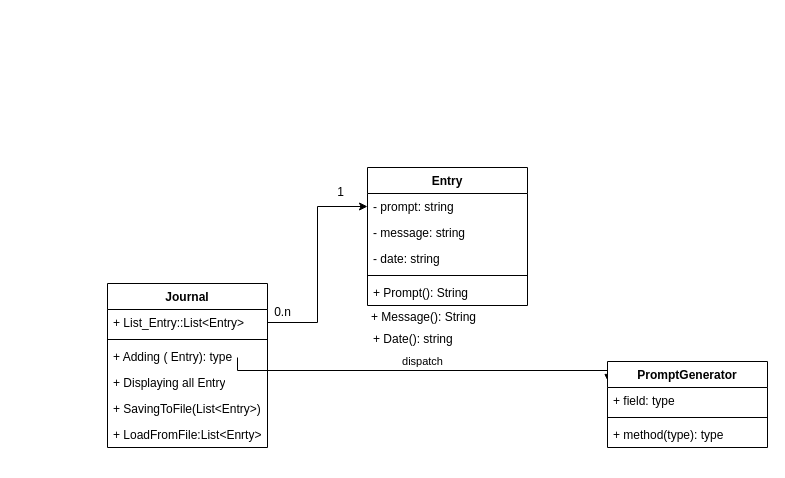
This is page "Page-2" (2 of 2) of prove/Develop04/jornal.drawio from amaurisiqueira/CSE-210, a draw.io file, before an edit. Source tidied: cells renumbered, new cells numbered last; positions are measured from the earlier drawing's top-left corner, leaving out a move shared by most shapes. Both pictures are drawn from the tidied source at 100%, with x=0, y=0 at pixel (107, 167).
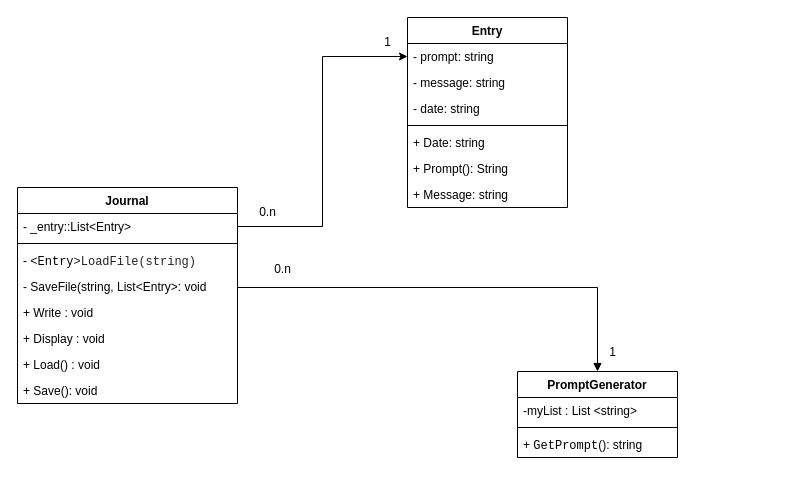
After the change.

The edit, as a diff of the source:
```diff
@@
     <mxCell id="2" value="Journal" style="swimlane;fontStyle=1;align=center;verticalAlign=top;horizontal=1;startSize=26;whiteSpace=wrap;html=1;" parent="1" vertex="1">
-      <mxGeometry y="116" width="160" height="164" as="geometry" />
+      <mxGeometry x="-90" y="20" width="220" height="216" as="geometry" />
     </mxCell>
-    <mxCell id="3" value="+ List_Entry::List&amp;lt;Entry&amp;gt;" style="text;strokeColor=none;fillColor=none;align=left;verticalAlign=top;spacingLeft=4;spacingRight=4;overflow=hidden;points=[[0,0.5],[1,0.5]];portConstraint=eastwest;whiteSpace=wrap;html=1;" parent="2" vertex="1">
-      <mxGeometry y="26" width="160" height="26" as="geometry" />
+    <mxCell id="3" value="- _entry::List&amp;lt;Entry&amp;gt;" style="text;strokeColor=none;fillColor=none;align=left;verticalAlign=top;spacingLeft=4;spacingRight=4;overflow=hidden;points=[[0,0.5],[1,0.5]];portConstraint=eastwest;whiteSpace=wrap;html=1;" parent="2" vertex="1">
+      <mxGeometry y="26" width="220" height="26" as="geometry" />
     </mxCell>
     <mxCell id="4" style="line;strokeWidth=1;fillColor=none;align=left;verticalAlign=middle;spacingTop=-1;spacingLeft=3;spacingRight=3;labelPosition=right;strokeColor=inherit;" parent="2" vertex="1">
-      <mxGeometry y="52" width="160" height="8" as="geometry" />
+      <mxGeometry y="52" width="220" height="8" as="geometry" />
     </mxCell>
+    <mxCell id="25" value="-&amp;nbsp;&lt;font face=&quot;Monospace&quot;&gt;&amp;lt;Entry&lt;span style=&quot;color:#222222;&quot;&gt;&amp;gt;L&lt;/span&gt;&lt;span style=&quot;color:#222222;&quot;&gt;oadFile(string&lt;/span&gt;&lt;span style=&quot;color:#222222;&quot;&gt;)&lt;/span&gt;&lt;/font&gt;" style="text;strokeColor=none;fillColor=none;align=left;verticalAlign=top;spacingLeft=4;spacingRight=4;overflow=hidden;whiteSpace=wrap;html=1;" parent="2" vertex="1">
+      <mxGeometry y="60" width="220" height="26" as="geometry" />
+    </mxCell>
+    <mxCell id="26" value="- SaveFile(string, List&amp;lt;Entry&amp;gt;: void" style="text;strokeColor=none;fillColor=none;align=left;verticalAlign=top;spacingLeft=4;spacingRight=4;overflow=hidden;whiteSpace=wrap;html=1;" parent="2" vertex="1">
+      <mxGeometry y="86" width="220" height="26" as="geometry" />
+    </mxCell>
-    <mxCell id="5" value="+ Adding ( Entry): type" style="text;strokeColor=none;fillColor=none;align=left;verticalAlign=top;spacingLeft=4;spacingRight=4;overflow=hidden;points=[[0,0.5],[1,0.5]];portConstraint=eastwest;whiteSpace=wrap;html=1;" parent="2" vertex="1">
-      <mxGeometry y="60" width="160" height="26" as="geometry" />
+    <mxCell id="5" value="+ Write : void" style="text;strokeColor=none;fillColor=none;align=left;verticalAlign=top;spacingLeft=4;spacingRight=4;overflow=hidden;points=[[0,0.5],[1,0.5]];portConstraint=eastwest;whiteSpace=wrap;html=1;" parent="2" vertex="1">
+      <mxGeometry y="112" width="220" height="26" as="geometry" />
     </mxCell>
-    <mxCell id="6" value="dispatch" style="html=1;verticalAlign=bottom;endArrow=block;edgeStyle=elbowEdgeStyle;elbow=vertical;curved=0;rounded=0;entryX=0.006;entryY=-0.192;entryDx=0;entryDy=0;entryPerimeter=0;" parent="2" edge="1" target="17">
-      <mxGeometry relative="1" as="geometry">
-        <mxPoint x="130" y="74" as="sourcePoint" />
-      </mxGeometry>
-    </mxCell>
-    <mxCell id="7" value="+ Displaying all Entry" style="text;strokeColor=none;fillColor=none;align=left;verticalAlign=top;spacingLeft=4;spacingRight=4;overflow=hidden;whiteSpace=wrap;html=1;" parent="2" vertex="1">
-      <mxGeometry y="86" width="160" height="26" as="geometry" />
+    <mxCell id="7" value="+ Display : void" style="text;strokeColor=none;fillColor=none;align=left;verticalAlign=top;spacingLeft=4;spacingRight=4;overflow=hidden;whiteSpace=wrap;html=1;" parent="2" vertex="1">
+      <mxGeometry y="138" width="220" height="26" as="geometry" />
     </mxCell>
-    <mxCell id="8" value="+ SavingToFile(List&amp;lt;Entry&amp;gt;)" style="text;strokeColor=none;fillColor=none;align=left;verticalAlign=top;spacingLeft=4;spacingRight=4;overflow=hidden;whiteSpace=wrap;html=1;" parent="2" vertex="1">
-      <mxGeometry y="112" width="160" height="26" as="geometry" />
+    <mxCell id="8" value="+ Load() : void" style="text;strokeColor=none;fillColor=none;align=left;verticalAlign=top;spacingLeft=4;spacingRight=4;overflow=hidden;whiteSpace=wrap;html=1;" parent="2" vertex="1">
+      <mxGeometry y="164" width="220" height="26" as="geometry" />
     </mxCell>
-    <mxCell id="9" value="+ LoadFromFile:List&amp;lt;Enrty&amp;gt;" style="text;strokeColor=none;fillColor=none;align=left;verticalAlign=top;spacingLeft=4;spacingRight=4;overflow=hidden;whiteSpace=wrap;html=1;" parent="2" vertex="1">
-      <mxGeometry y="138" width="160" height="26" as="geometry" />
-    </mxCell>
+    <mxCell id="27" value="+ Save(): void" style="text;strokeColor=none;fillColor=none;align=left;verticalAlign=top;spacingLeft=4;spacingRight=4;overflow=hidden;whiteSpace=wrap;html=1;" parent="2" vertex="1">
+      <mxGeometry y="190" width="220" height="26" as="geometry" />
+    </mxCell>
     <mxCell id="10" value="Entry" style="swimlane;fontStyle=1;align=center;verticalAlign=top;horizontal=1;startSize=26;whiteSpace=wrap;html=1;" parent="1" vertex="1">
-      <mxGeometry x="260" width="160" height="138" as="geometry" />
+      <mxGeometry x="300" y="-150" width="160" height="190" as="geometry" />
     </mxCell>
@@
+    <mxCell id="28" value="+ Date: string" style="text;strokeColor=none;fillColor=none;align=left;verticalAlign=top;spacingLeft=4;spacingRight=4;overflow=hidden;whiteSpace=wrap;html=1;" parent="10" vertex="1">
+      <mxGeometry y="112" width="160" height="26" as="geometry" />
+    </mxCell>
     <mxCell id="15" value="+ Prompt(): String" style="text;strokeColor=none;fillColor=none;align=left;verticalAlign=top;spacingLeft=4;spacingRight=4;overflow=hidden;whiteSpace=wrap;html=1;" parent="10" vertex="1">
-      <mxGeometry y="112" width="160" height="26" as="geometry" />
+      <mxGeometry y="138" width="160" height="26" as="geometry" />
     </mxCell>
+    <mxCell id="29" value="+ Message: string" style="text;strokeColor=none;fillColor=none;align=left;verticalAlign=top;spacingLeft=4;spacingRight=4;overflow=hidden;whiteSpace=wrap;html=1;" parent="10" vertex="1">
+      <mxGeometry y="164" width="160" height="26" as="geometry" />
+    </mxCell>
     <mxCell id="16" value="PromptGenerator" style="swimlane;fontStyle=1;align=center;verticalAlign=top;horizontal=1;startSize=26;whiteSpace=wrap;html=1;" parent="1" vertex="1">
-      <mxGeometry x="500" y="194" width="160" height="86" as="geometry" />
+      <mxGeometry x="410" y="204" width="160" height="86" as="geometry" />
     </mxCell>
-    <mxCell id="17" value="+ field: type" style="text;strokeColor=none;fillColor=none;align=left;verticalAlign=top;spacingLeft=4;spacingRight=4;overflow=hidden;points=[[0,0.5],[1,0.5]];portConstraint=eastwest;whiteSpace=wrap;html=1;" parent="16" vertex="1">
+    <mxCell id="17" value="-myList : List &amp;lt;string&amp;gt;&amp;nbsp;&lt;br&gt;&amp;nbsp;" style="text;strokeColor=none;fillColor=none;align=left;verticalAlign=top;spacingLeft=4;spacingRight=4;overflow=hidden;points=[[0,0.5],[1,0.5]];portConstraint=eastwest;whiteSpace=wrap;html=1;" parent="16" vertex="1">
       <mxGeometry y="26" width="160" height="26" as="geometry" />
     </mxCell>
@@
-    <mxCell id="19" value="+ method(type): type" style="text;strokeColor=none;fillColor=none;align=left;verticalAlign=top;spacingLeft=4;spacingRight=4;overflow=hidden;whiteSpace=wrap;html=1;" parent="16" vertex="1">
+    <mxCell id="19" value="+&amp;nbsp;&lt;font face=&quot;Monospace&quot;&gt;GetPrompt&lt;/font&gt;(): string" style="text;strokeColor=none;fillColor=none;align=left;verticalAlign=top;spacingLeft=4;spacingRight=4;overflow=hidden;whiteSpace=wrap;html=1;" parent="16" vertex="1">
       <mxGeometry y="60" width="160" height="26" as="geometry" />
     </mxCell>
-    <mxCell id="20" value="+ Message(): String" style="text;strokeColor=none;fillColor=none;align=left;verticalAlign=top;spacingLeft=4;spacingRight=4;overflow=hidden;whiteSpace=wrap;html=1;" parent="1" vertex="1">
-      <mxGeometry x="258" y="136" width="160" height="26" as="geometry" />
-    </mxCell>
-    <mxCell id="21" value="+ Date(): string" style="text;strokeColor=none;fillColor=none;align=left;verticalAlign=top;spacingLeft=4;spacingRight=4;overflow=hidden;whiteSpace=wrap;html=1;" parent="1" vertex="1">
-      <mxGeometry x="260" y="158" width="160" height="30" as="geometry" />
-    </mxCell>
@@
     <mxCell id="23" value="0.n" style="text;html=1;align=center;verticalAlign=middle;strokeColor=none;fillColor=none;" parent="1" vertex="1">
-      <mxGeometry x="155" y="130" width="40" height="30" as="geometry" />
+      <mxGeometry x="155" y="87" width="40" height="30" as="geometry" />
     </mxCell>
-    <mxCell id="24" value="1" style="text;html=1;align=center;verticalAlign=middle;strokeColor=none;fillColor=none;" parent="1" vertex="1">
-      <mxGeometry x="218" y="10" width="30" height="30" as="geometry" />
-    </mxCell>
+    <mxCell id="6" style="html=1;verticalAlign=bottom;endArrow=block;edgeStyle=elbowEdgeStyle;elbow=vertical;curved=0;rounded=0;entryX=0.5;entryY=0;entryDx=0;entryDy=0;exitX=1;exitY=0.5;exitDx=0;exitDy=0;" parent="1" edge="1" source="5" target="16">
+      <mxGeometry relative="1" as="geometry">
+        <Array as="points">
+          <mxPoint x="450" y="120" />
+          <mxPoint x="210" y="90" />
+          <mxPoint x="450" y="150" />
+        </Array>
+      </mxGeometry>
+    </mxCell>
+    <mxCell id="30" value="0.n" style="text;html=1;align=center;verticalAlign=middle;strokeColor=none;fillColor=none;" parent="1" vertex="1">
+      <mxGeometry x="140" y="30" width="40" height="30" as="geometry" />
+    </mxCell>
+    <mxCell id="31" value="1" style="text;html=1;align=center;verticalAlign=middle;strokeColor=none;fillColor=none;" parent="1" vertex="1">
+      <mxGeometry x="265" y="-140" width="30" height="30" as="geometry" />
+    </mxCell>
+    <mxCell id="32" value="1" style="text;html=1;align=center;verticalAlign=middle;strokeColor=none;fillColor=none;" parent="1" vertex="1">
+      <mxGeometry x="490" y="170" width="30" height="30" as="geometry" />
+    </mxCell>
```
